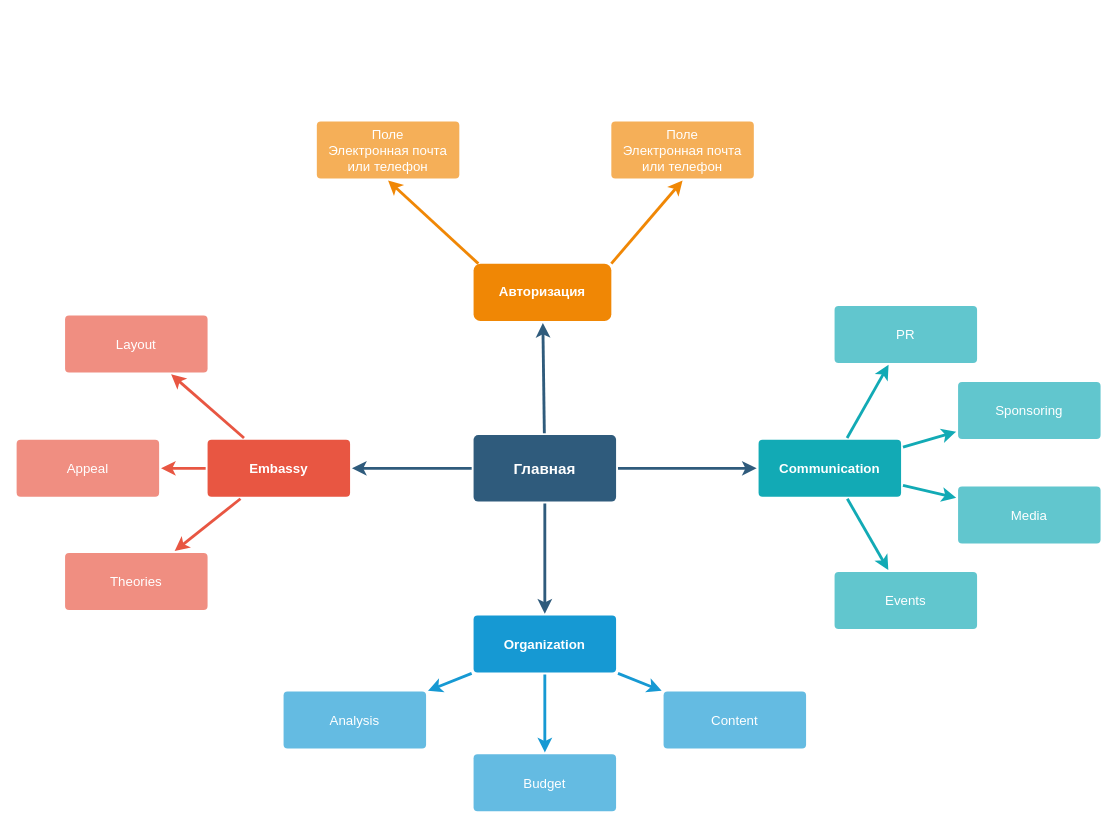
Before: new_bitqi_com.drawio in Observer16/BugReg, a draw.io diagram. Source tidied: cells renumbered, new cells numbered last; positions are measured from the earlier drawing's top-left corner, leaving out a move shared by most shapes. Both pictures are drawn from the tidied source at 95%, with x=0, y=0 at pixel (16, 121).
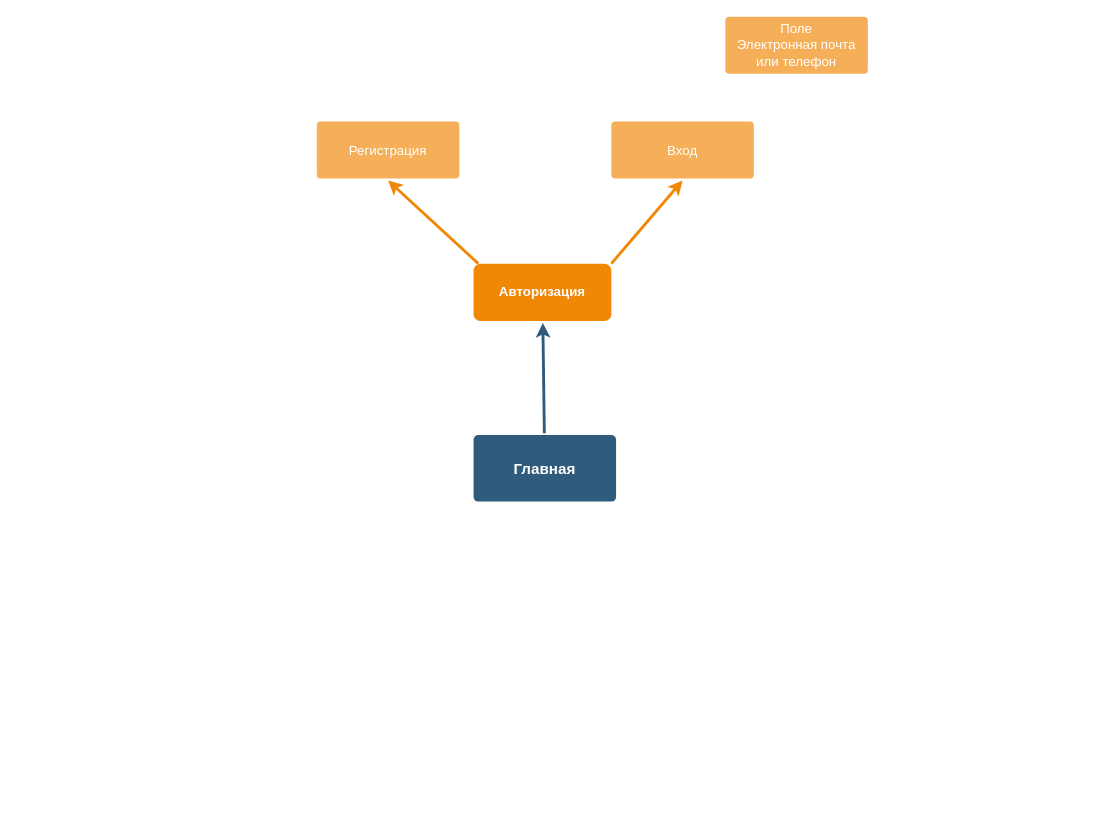
The same diagram, later.

Unchanged cells that the change refers to:
```xml
<mxCell id="6" value="Главная" style="rounded=1;whiteSpace=wrap;html=1;shadow=0;labelBackgroundColor=none;strokeColor=none;strokeWidth=3;fillColor=#2F5B7C;fontFamily=Helvetica;fontSize=16;fontColor=#FFFFFF;align=center;fontStyle=1;spacing=5;arcSize=7;perimeterSpacing=2;" parent="1" vertex="1">
  <mxGeometry x="481" y="330.5" width="150" height="70" as="geometry" />
</mxCell>
```

Diff of the diagram source:
```diff
@@
-    <mxCell id="3" style="edgeStyle=none;rounded=0;jumpStyle=none;html=1;shadow=0;labelBackgroundColor=none;startArrow=none;startFill=0;endArrow=classic;endFill=1;jettySize=auto;strokeColor=#2F5B7C;strokeWidth=3;fontFamily=Helvetica;fontSize=16;fontColor=#23445D;spacing=5;" parent="1" edge="1" source="6" target="24">
-      <mxGeometry relative="1" as="geometry" />
-    </mxCell>
-    <mxCell id="4" style="edgeStyle=none;rounded=0;jumpStyle=none;html=1;shadow=0;labelBackgroundColor=none;startArrow=none;startFill=0;endArrow=classic;endFill=1;jettySize=auto;strokeColor=#2F5B7C;strokeWidth=3;fontFamily=Helvetica;fontSize=16;fontColor=#23445D;spacing=5;" parent="1" edge="1" source="6" target="17">
-      <mxGeometry relative="1" as="geometry" />
-    </mxCell>
-    <mxCell id="5" style="edgeStyle=none;rounded=0;jumpStyle=none;html=1;shadow=0;labelBackgroundColor=none;startArrow=none;startFill=0;endArrow=classic;endFill=1;jettySize=auto;strokeColor=#2F5B7C;strokeWidth=3;fontFamily=Helvetica;fontSize=16;fontColor=#23445D;spacing=5;" parent="1" edge="1" source="6" target="10">
-      <mxGeometry relative="1" as="geometry" />
-    </mxCell>
@@
-    <mxCell id="7" style="edgeStyle=none;rounded=1;jumpStyle=none;html=1;shadow=0;labelBackgroundColor=none;startArrow=none;startFill=0;jettySize=auto;strokeColor=#E85642;strokeWidth=3;fontFamily=Helvetica;fontSize=14;fontColor=#FFFFFF;spacing=5;fontStyle=1;fillColor=#b0e3e6;" parent="1" edge="1" source="10" target="13">
-      <mxGeometry relative="1" as="geometry" />
-    </mxCell>
-    <mxCell id="8" style="edgeStyle=none;rounded=1;jumpStyle=none;html=1;shadow=0;labelBackgroundColor=none;startArrow=none;startFill=0;jettySize=auto;strokeColor=#E85642;strokeWidth=3;fontFamily=Helvetica;fontSize=14;fontColor=#FFFFFF;spacing=5;fontStyle=1;fillColor=#b0e3e6;" parent="1" edge="1" source="10" target="12">
-      <mxGeometry relative="1" as="geometry" />
-    </mxCell>
-    <mxCell id="9" style="edgeStyle=none;rounded=1;jumpStyle=none;html=1;shadow=0;labelBackgroundColor=none;startArrow=none;startFill=0;jettySize=auto;strokeColor=#E85642;strokeWidth=3;fontFamily=Helvetica;fontSize=14;fontColor=#FFFFFF;spacing=5;fontStyle=1;fillColor=#b0e3e6;" parent="1" edge="1" source="10" target="11">
-      <mxGeometry relative="1" as="geometry" />
-    </mxCell>
-    <mxCell id="10" value="Embassy" style="rounded=1;whiteSpace=wrap;html=1;shadow=0;labelBackgroundColor=none;strokeColor=none;strokeWidth=3;fillColor=#e85642;fontFamily=Helvetica;fontSize=14;fontColor=#FFFFFF;align=center;spacing=5;fontStyle=1;arcSize=7;perimeterSpacing=2;" parent="1" vertex="1">
-      <mxGeometry x="201" y="335.5" width="150" height="60" as="geometry" />
-    </mxCell>
-    <mxCell id="11" value="Theories" style="rounded=1;whiteSpace=wrap;html=1;shadow=0;labelBackgroundColor=none;strokeColor=none;strokeWidth=3;fillColor=#f08e81;fontFamily=Helvetica;fontSize=14;fontColor=#FFFFFF;align=center;spacing=5;fontStyle=0;arcSize=7;perimeterSpacing=2;" parent="1" vertex="1">
-      <mxGeometry x="51" y="454.5" width="150" height="60" as="geometry" />
-    </mxCell>
-    <mxCell id="12" value="Appeal" style="rounded=1;whiteSpace=wrap;html=1;shadow=0;labelBackgroundColor=none;strokeColor=none;strokeWidth=3;fillColor=#f08e81;fontFamily=Helvetica;fontSize=14;fontColor=#FFFFFF;align=center;spacing=5;fontStyle=0;arcSize=7;perimeterSpacing=2;" parent="1" vertex="1">
-      <mxGeometry y="335.5" width="150" height="60" as="geometry" />
-    </mxCell>
-    <mxCell id="13" value="Layout" style="rounded=1;whiteSpace=wrap;html=1;shadow=0;labelBackgroundColor=none;strokeColor=none;strokeWidth=3;fillColor=#f08e81;fontFamily=Helvetica;fontSize=14;fontColor=#FFFFFF;align=center;spacing=5;fontStyle=0;arcSize=7;perimeterSpacing=2;" parent="1" vertex="1">
-      <mxGeometry x="51" y="204.5" width="150" height="60" as="geometry" />
-    </mxCell>
-    <mxCell id="14" style="edgeStyle=none;rounded=0;jumpStyle=none;html=1;shadow=0;labelBackgroundColor=none;startArrow=none;startFill=0;endArrow=classic;endFill=1;jettySize=auto;strokeColor=#1699D3;strokeWidth=3;fontFamily=Helvetica;fontSize=14;fontColor=#FFFFFF;spacing=5;" parent="1" edge="1" source="17" target="20">
-      <mxGeometry relative="1" as="geometry" />
-    </mxCell>
-    <mxCell id="15" style="edgeStyle=none;rounded=0;jumpStyle=none;html=1;shadow=0;labelBackgroundColor=none;startArrow=none;startFill=0;endArrow=classic;endFill=1;jettySize=auto;strokeColor=#1699D3;strokeWidth=3;fontFamily=Helvetica;fontSize=14;fontColor=#FFFFFF;spacing=5;" parent="1" edge="1" source="17" target="19">
-      <mxGeometry relative="1" as="geometry" />
-    </mxCell>
-    <mxCell id="16" style="edgeStyle=none;rounded=0;jumpStyle=none;html=1;shadow=0;labelBackgroundColor=none;startArrow=none;startFill=0;endArrow=classic;endFill=1;jettySize=auto;strokeColor=#1699D3;strokeWidth=3;fontFamily=Helvetica;fontSize=14;fontColor=#FFFFFF;spacing=5;" parent="1" edge="1" source="17" target="18">
-      <mxGeometry relative="1" as="geometry" />
-    </mxCell>
-    <mxCell id="17" value="Organization" style="rounded=1;whiteSpace=wrap;html=1;shadow=0;labelBackgroundColor=none;strokeColor=none;strokeWidth=3;fillColor=#1699d3;fontFamily=Helvetica;fontSize=14;fontColor=#FFFFFF;align=center;spacing=5;fontStyle=1;arcSize=7;perimeterSpacing=2;" parent="1" vertex="1">
-      <mxGeometry x="481" y="520.5" width="150" height="60" as="geometry" />
-    </mxCell>
-    <mxCell id="18" value="Content" style="rounded=1;whiteSpace=wrap;html=1;shadow=0;labelBackgroundColor=none;strokeColor=none;strokeWidth=3;fillColor=#64bbe2;fontFamily=Helvetica;fontSize=14;fontColor=#FFFFFF;align=center;spacing=5;arcSize=7;perimeterSpacing=2;" parent="1" vertex="1">
-      <mxGeometry x="681" y="600.5" width="150" height="60" as="geometry" />
-    </mxCell>
-    <mxCell id="19" value="Budget" style="rounded=1;whiteSpace=wrap;html=1;shadow=0;labelBackgroundColor=none;strokeColor=none;strokeWidth=3;fillColor=#64bbe2;fontFamily=Helvetica;fontSize=14;fontColor=#FFFFFF;align=center;spacing=5;arcSize=7;perimeterSpacing=2;" parent="1" vertex="1">
-      <mxGeometry x="481" y="666.5" width="150" height="60" as="geometry" />
-    </mxCell>
-    <mxCell id="20" value="Analysis" style="rounded=1;whiteSpace=wrap;html=1;shadow=0;labelBackgroundColor=none;strokeColor=none;strokeWidth=3;fillColor=#64bbe2;fontFamily=Helvetica;fontSize=14;fontColor=#FFFFFF;align=center;spacing=5;arcSize=7;perimeterSpacing=2;" parent="1" vertex="1">
-      <mxGeometry x="281" y="600.5" width="150" height="60" as="geometry" />
-    </mxCell>
@@
-    <mxCell id="22" value="Поле&lt;br&gt;Электронная почта или телефон" style="rounded=1;whiteSpace=wrap;html=1;shadow=0;labelBackgroundColor=none;strokeColor=none;strokeWidth=3;fillColor=#f5af58;fontFamily=Helvetica;fontSize=14;fontColor=#FFFFFF;align=center;spacing=5;arcSize=7;perimeterSpacing=2;" parent="1" vertex="1">
+    <mxCell id="22" value="Регистрация" style="rounded=1;whiteSpace=wrap;html=1;shadow=0;labelBackgroundColor=none;strokeColor=none;strokeWidth=3;fillColor=#f5af58;fontFamily=Helvetica;fontSize=14;fontColor=#FFFFFF;align=center;spacing=5;arcSize=7;perimeterSpacing=2;" parent="1" vertex="1">
       <mxGeometry x="316" y="0.5" width="150" height="60" as="geometry" />
     </mxCell>
@@
-    <mxCell id="24" value="Communication" style="rounded=1;whiteSpace=wrap;html=1;shadow=0;labelBackgroundColor=none;strokeColor=none;strokeWidth=3;fillColor=#12aab5;fontFamily=Helvetica;fontSize=14;fontColor=#FFFFFF;align=center;spacing=5;fontStyle=1;arcSize=7;perimeterSpacing=2;" parent="1" vertex="1">
-      <mxGeometry x="781" y="335.5" width="150" height="60" as="geometry" />
-    </mxCell>
-    <mxCell id="25" value="Events" style="rounded=1;whiteSpace=wrap;html=1;shadow=0;labelBackgroundColor=none;strokeColor=none;strokeWidth=3;fillColor=#61c6ce;fontFamily=Helvetica;fontSize=14;fontColor=#FFFFFF;align=center;spacing=5;fontStyle=0;arcSize=7;perimeterSpacing=2;" parent="1" vertex="1">
-      <mxGeometry x="861" y="474.5" width="150" height="60" as="geometry" />
-    </mxCell>
-    <mxCell id="26" style="edgeStyle=none;rounded=1;jumpStyle=none;html=1;shadow=0;labelBackgroundColor=none;startArrow=none;startFill=0;jettySize=auto;strokeColor=#12AAB5;strokeWidth=3;fontFamily=Helvetica;fontSize=14;fontColor=#FFFFFF;spacing=5;fontStyle=1;fillColor=#b0e3e6;" parent="1" edge="1" source="24" target="25">
-      <mxGeometry relative="1" as="geometry" />
-    </mxCell>
-    <mxCell id="27" value="Media" style="rounded=1;whiteSpace=wrap;html=1;shadow=0;labelBackgroundColor=none;strokeColor=none;strokeWidth=3;fillColor=#61c6ce;fontFamily=Helvetica;fontSize=14;fontColor=#FFFFFF;align=center;spacing=5;fontStyle=0;arcSize=7;perimeterSpacing=2;" parent="1" vertex="1">
-      <mxGeometry x="991" y="384.5" width="150" height="60" as="geometry" />
-    </mxCell>
-    <mxCell id="28" style="edgeStyle=none;rounded=1;jumpStyle=none;html=1;shadow=0;labelBackgroundColor=none;startArrow=none;startFill=0;jettySize=auto;strokeColor=#12AAB5;strokeWidth=3;fontFamily=Helvetica;fontSize=14;fontColor=#FFFFFF;spacing=5;fontStyle=1;fillColor=#b0e3e6;" parent="1" edge="1" source="24" target="27">
-      <mxGeometry relative="1" as="geometry" />
-    </mxCell>
-    <mxCell id="29" value="Sponsoring" style="rounded=1;whiteSpace=wrap;html=1;shadow=0;labelBackgroundColor=none;strokeColor=none;strokeWidth=3;fillColor=#61c6ce;fontFamily=Helvetica;fontSize=14;fontColor=#FFFFFF;align=center;spacing=5;fontStyle=0;arcSize=7;perimeterSpacing=2;" parent="1" vertex="1">
-      <mxGeometry x="991" y="274.5" width="150" height="60" as="geometry" />
-    </mxCell>
-    <mxCell id="30" style="edgeStyle=none;rounded=1;jumpStyle=none;html=1;shadow=0;labelBackgroundColor=none;startArrow=none;startFill=0;jettySize=auto;strokeColor=#12AAB5;strokeWidth=3;fontFamily=Helvetica;fontSize=14;fontColor=#FFFFFF;spacing=5;fontStyle=1;fillColor=#b0e3e6;" parent="1" edge="1" source="24" target="29">
-      <mxGeometry relative="1" as="geometry" />
-    </mxCell>
-    <mxCell id="31" value="PR" style="rounded=1;whiteSpace=wrap;html=1;shadow=0;labelBackgroundColor=none;strokeColor=none;strokeWidth=3;fillColor=#61c6ce;fontFamily=Helvetica;fontSize=14;fontColor=#FFFFFF;align=center;spacing=5;fontStyle=0;arcSize=7;perimeterSpacing=2;" parent="1" vertex="1">
-      <mxGeometry x="861" y="194.5" width="150" height="60" as="geometry" />
-    </mxCell>
-    <mxCell id="32" style="edgeStyle=none;rounded=1;jumpStyle=none;html=1;shadow=0;labelBackgroundColor=none;startArrow=none;startFill=0;jettySize=auto;strokeColor=#12AAB5;strokeWidth=3;fontFamily=Helvetica;fontSize=14;fontColor=#FFFFFF;spacing=5;fontStyle=1;fillColor=#b0e3e6;" parent="1" edge="1" source="24" target="31">
-      <mxGeometry relative="1" as="geometry" />
-    </mxCell>
-    <mxCell id="33" value="Поле&lt;br&gt;Электронная почта или телефон" style="rounded=1;whiteSpace=wrap;html=1;shadow=0;labelBackgroundColor=none;strokeColor=none;strokeWidth=3;fillColor=#f5af58;fontFamily=Helvetica;fontSize=14;fontColor=#FFFFFF;align=center;spacing=5;arcSize=7;perimeterSpacing=2;" parent="1" vertex="1">
+    <mxCell id="33" value="Вход" style="rounded=1;whiteSpace=wrap;html=1;shadow=0;labelBackgroundColor=none;strokeColor=none;strokeWidth=3;fillColor=#f5af58;fontFamily=Helvetica;fontSize=14;fontColor=#FFFFFF;align=center;spacing=5;arcSize=7;perimeterSpacing=2;" parent="1" vertex="1">
       <mxGeometry x="626" y="0.5" width="150" height="60" as="geometry" />
     </mxCell>
@@
+    <mxCell id="35" value="Поле&lt;br&gt;Электронная почта или телефон" style="rounded=1;whiteSpace=wrap;html=1;shadow=0;labelBackgroundColor=none;strokeColor=none;strokeWidth=3;fillColor=#f5af58;fontFamily=Helvetica;fontSize=14;fontColor=#FFFFFF;align=center;spacing=5;arcSize=7;perimeterSpacing=2;" parent="1" vertex="1">
+      <mxGeometry x="746" y="-110" width="150" height="60" as="geometry" />
+    </mxCell>
```
